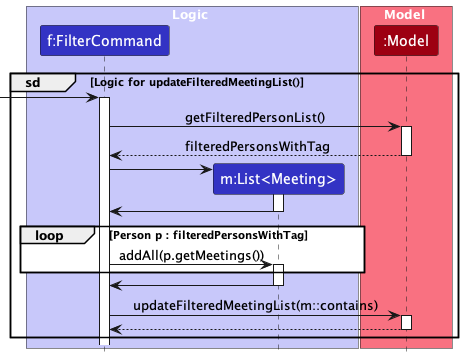
Above: docs/images/FilterSequenceDiagram_2.png in sethteo/tp (PlantUML), before the change.
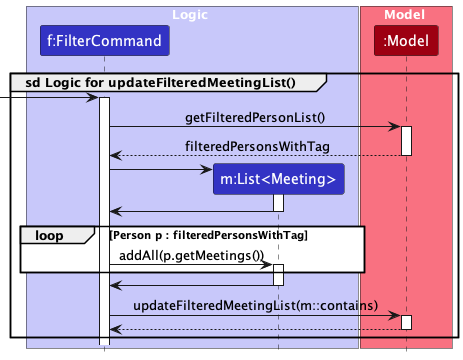
After the change.

Commit message:
Update filter command image

Change to the diagram source:
```diff
@@ -1,5 +1,5 @@
 @startuml
-group sd [Logic for updateFilteredMeetingList()]
+group sd Logic for updateFilteredMeetingList()
     !include style.puml
     skinparam ArrowFontStyle plain
     skinparam sequenceReferenceBackgroundColor white
```
